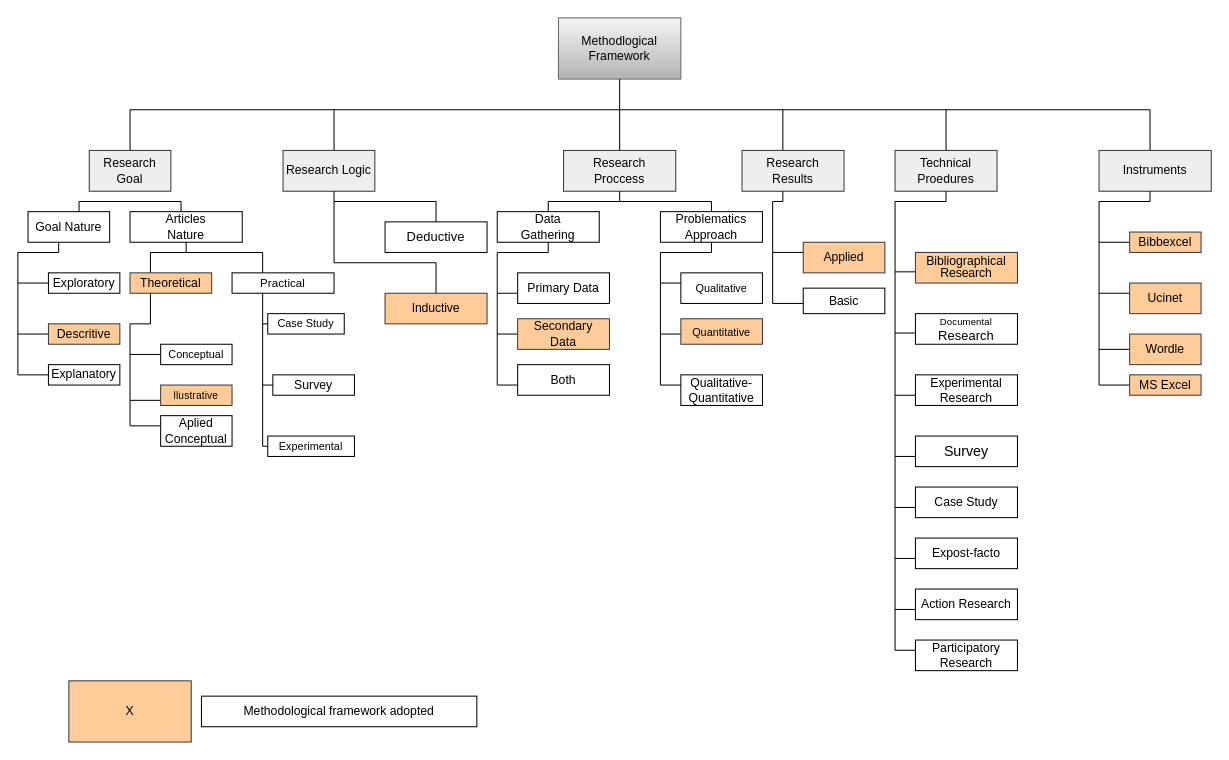
This is Ari.drawio from zhang144999/repository, a draw.io file, before an edit. Source tidied: cells renumbered, new cells numbered last; positions are measured from the earlier drawing's top-left corner, leaving out a move shared by most shapes. Both pictures are drawn from the tidied source at 102%, with x=0, y=0 at pixel (17, 17).
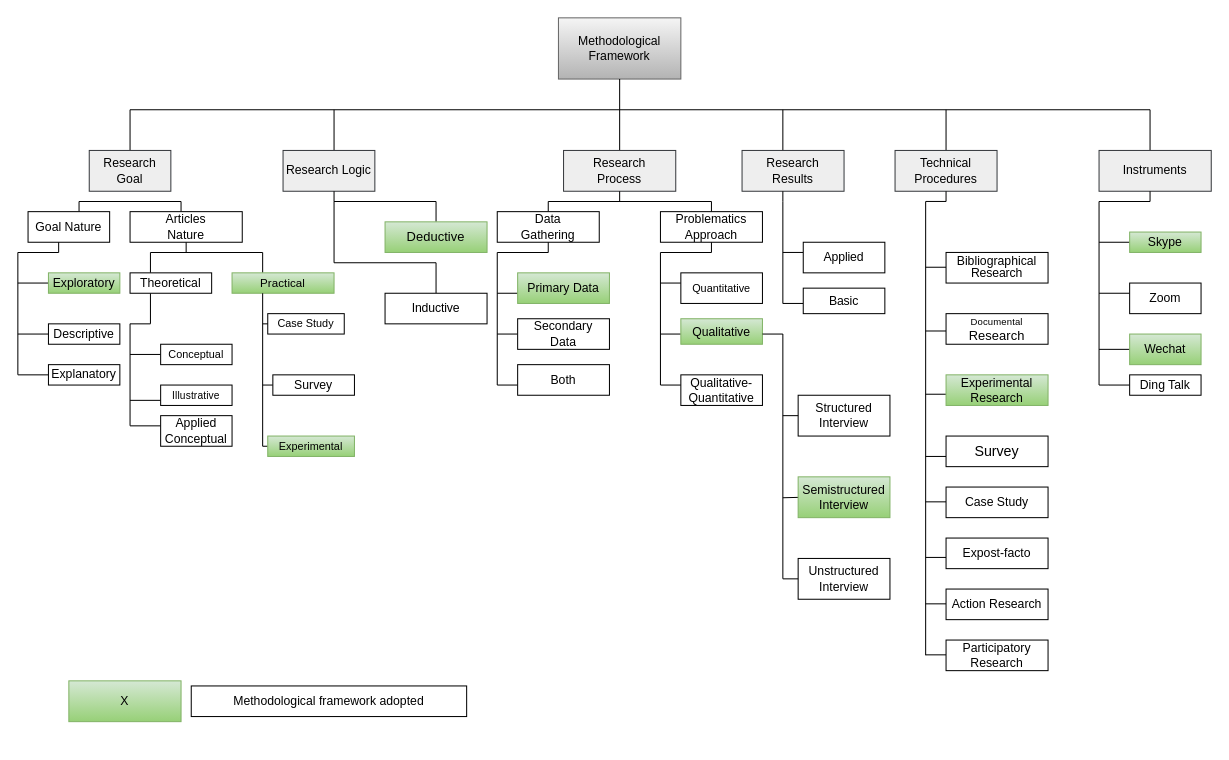
Above is the later version.

Diff of the diagram source:
```diff
@@
-    <mxCell id="2" value="Methodlogical&lt;br&gt;Framework" style="rounded=0;whiteSpace=wrap;html=1;fillColor=#f5f5f5;strokeColor=#666666;gradientColor=#b3b3b3;" parent="1" vertex="1">
+    <mxCell id="2" value="Methodological&lt;br&gt;Framework" style="rounded=0;whiteSpace=wrap;html=1;fillColor=#f5f5f5;strokeColor=#666666;gradientColor=#b3b3b3;" parent="1" vertex="1">
       <mxGeometry x="530" width="120" height="60" as="geometry" />
     </mxCell>
@@
-    <mxCell id="13" value="Research&lt;br&gt;Proccess" style="rounded=0;whiteSpace=wrap;html=1;fillColor=#eeeeee;strokeColor=#36393d;" parent="1" vertex="1">
+    <mxCell id="13" value="Research&lt;br&gt;Process" style="rounded=0;whiteSpace=wrap;html=1;fillColor=#eeeeee;strokeColor=#36393d;" parent="1" vertex="1">
       <mxGeometry x="535" y="130" width="110" height="40" as="geometry" />
     </mxCell>
@@
-    <mxCell id="15" value="Technical&lt;br&gt;Proedures" style="rounded=0;whiteSpace=wrap;html=1;fillColor=#eeeeee;strokeColor=#36393d;" parent="1" vertex="1">
+    <mxCell id="15" value="Technical&lt;br&gt;Procedures" style="rounded=0;whiteSpace=wrap;html=1;fillColor=#eeeeee;strokeColor=#36393d;" parent="1" vertex="1">
       <mxGeometry x="860" y="130" width="100" height="40" as="geometry" />
     </mxCell>
@@
-    <mxCell id="36" value="Exploratory" style="rounded=0;whiteSpace=wrap;html=1;" parent="1" vertex="1">
+    <mxCell id="36" value="Exploratory" style="rounded=0;whiteSpace=wrap;html=1;gradientColor=#97d077;fillColor=#d5e8d4;strokeColor=#82b366;" parent="1" vertex="1">
       <mxGeometry x="30" y="250" width="70" height="20" as="geometry" />
     </mxCell>
-    <mxCell id="37" value="Descritive" style="rounded=0;whiteSpace=wrap;html=1;fillColor=#ffcc99;strokeColor=#36393d;" parent="1" vertex="1">
+    <mxCell id="37" value="Descriptive" style="rounded=0;whiteSpace=wrap;html=1;" parent="1" vertex="1">
       <mxGeometry x="30" y="300" width="70" height="20" as="geometry" />
     </mxCell>
@@
-    <mxCell id="42" value="Theoretical" style="rounded=0;whiteSpace=wrap;html=1;fillColor=#ffcc99;strokeColor=#36393d;" parent="1" vertex="1">
+    <mxCell id="42" value="Theoretical" style="rounded=0;whiteSpace=wrap;html=1;" parent="1" vertex="1">
       <mxGeometry x="110" y="250" width="80" height="20" as="geometry" />
     </mxCell>
@@
-    <mxCell id="47" value="&lt;p class=&quot;MsoNormal&quot; style=&quot;margin-top: 0.0000pt ; margin-right: 0.0000pt ; margin-bottom: 0.0000pt ; margin-left: 0.0000pt ; text-indent: 0.0000pt ; text-align: left ; line-height: 7.7500pt&quot;&gt;&lt;span style=&quot;letter-spacing: 0.1pt ; font-size: 7.5pt&quot;&gt;llustrative&lt;/span&gt;&lt;span style=&quot;font-size: 7.5pt&quot;&gt;&lt;/span&gt;&lt;/p&gt;" style="rounded=0;whiteSpace=wrap;html=1;fillColor=#ffcc99;strokeColor=#36393d;" parent="1" vertex="1">
+    <mxCell id="47" value="&lt;p class=&quot;MsoNormal&quot; style=&quot;margin-top: 0.0000pt ; margin-right: 0.0000pt ; margin-bottom: 0.0000pt ; margin-left: 0.0000pt ; text-indent: 0.0000pt ; text-align: left ; line-height: 7.7500pt&quot;&gt;&lt;span style=&quot;letter-spacing: 0.1pt ; font-size: 7.5pt&quot;&gt;Illustrative&lt;/span&gt;&lt;span style=&quot;font-size: 7.5pt&quot;&gt;&lt;/span&gt;&lt;/p&gt;" style="rounded=0;whiteSpace=wrap;html=1;" parent="1" vertex="1">
       <mxGeometry x="140" y="360" width="70" height="20" as="geometry" />
     </mxCell>
@@
-    <mxCell id="49" value="Aplied&lt;br&gt;Conceptual" style="rounded=0;whiteSpace=wrap;html=1;" parent="1" vertex="1">
+    <mxCell id="49" value="Applied&lt;br&gt;Conceptual" style="rounded=0;whiteSpace=wrap;html=1;" parent="1" vertex="1">
       <mxGeometry x="140" y="390" width="70" height="30" as="geometry" />
     </mxCell>
-    <mxCell id="50" value="&lt;p class=&quot;MsoNormal&quot;&gt;&lt;span style=&quot;letter-spacing: 0.05pt ; font-size: 8.5pt&quot;&gt;Practical&lt;/span&gt;&lt;/p&gt;" style="rounded=0;whiteSpace=wrap;html=1;" parent="1" vertex="1">
+    <mxCell id="50" value="&lt;p class=&quot;MsoNormal&quot;&gt;&lt;span style=&quot;letter-spacing: 0.05pt ; font-size: 8.5pt&quot;&gt;Practical&lt;/span&gt;&lt;/p&gt;" style="rounded=0;whiteSpace=wrap;html=1;gradientColor=#97d077;fillColor=#d5e8d4;strokeColor=#82b366;" parent="1" vertex="1">
       <mxGeometry x="210" y="250" width="100" height="20" as="geometry" />
     </mxCell>
@@
-    <mxCell id="56" value="&lt;p class=&quot;MsoNormal&quot;&gt;&lt;span style=&quot;font-size: 8pt&quot;&gt;Experimental&lt;/span&gt;&lt;/p&gt;" style="rounded=0;whiteSpace=wrap;html=1;" parent="1" vertex="1">
+    <mxCell id="56" value="&lt;p class=&quot;MsoNormal&quot;&gt;&lt;span style=&quot;font-size: 8pt&quot;&gt;Experimental&lt;/span&gt;&lt;/p&gt;" style="rounded=0;whiteSpace=wrap;html=1;gradientColor=#97d077;fillColor=#d5e8d4;strokeColor=#82b366;" parent="1" vertex="1">
       <mxGeometry x="245" y="410" width="85" height="20" as="geometry" />
     </mxCell>
@@
-    <mxCell id="62" value="&lt;p class=&quot;MsoNormal&quot;&gt;&lt;span style=&quot;letter-spacing: 0.05pt ; font-size: 9.5pt&quot;&gt;Deductive&lt;/span&gt;&lt;/p&gt;" style="rounded=0;whiteSpace=wrap;html=1;" parent="1" vertex="1">
+    <mxCell id="62" value="&lt;p class=&quot;MsoNormal&quot;&gt;&lt;span style=&quot;letter-spacing: 0.05pt ; font-size: 9.5pt&quot;&gt;Deductive&lt;/span&gt;&lt;/p&gt;" style="rounded=0;whiteSpace=wrap;html=1;gradientColor=#97d077;fillColor=#d5e8d4;strokeColor=#82b366;" parent="1" vertex="1">
       <mxGeometry x="360" y="200" width="100" height="30" as="geometry" />
     </mxCell>
@@
-    <mxCell id="64" value="&lt;p class=&quot;MsoNormal&quot;&gt;&lt;span style=&quot;letter-spacing: -0.1pt ; font-size: 9pt&quot;&gt;Inductive&lt;/span&gt;&lt;/p&gt;" style="rounded=0;whiteSpace=wrap;html=1;fillColor=#ffcc99;strokeColor=#36393d;" parent="1" vertex="1">
+    <mxCell id="64" value="&lt;p class=&quot;MsoNormal&quot;&gt;&lt;span style=&quot;letter-spacing: -0.1pt ; font-size: 9pt&quot;&gt;Inductive&lt;/span&gt;&lt;/p&gt;" style="rounded=0;whiteSpace=wrap;html=1;" parent="1" vertex="1">
       <mxGeometry x="360" y="270" width="100" height="30" as="geometry" />
     </mxCell>
@@
-    <mxCell id="77" value="Secondary&lt;br&gt;Data" style="rounded=0;whiteSpace=wrap;html=1;fillColor=#ffcc99;strokeColor=#36393d;" parent="1" vertex="1">
+    <mxCell id="77" value="Secondary&lt;br&gt;Data" style="rounded=0;whiteSpace=wrap;html=1;" parent="1" vertex="1">
       <mxGeometry x="490" y="295" width="90" height="30" as="geometry" />
     </mxCell>
-    <mxCell id="78" value="Primary Data" style="rounded=0;whiteSpace=wrap;html=1;" parent="1" vertex="1">
+    <mxCell id="78" value="Primary Data" style="rounded=0;whiteSpace=wrap;html=1;gradientColor=#97d077;fillColor=#d5e8d4;strokeColor=#82b366;" parent="1" vertex="1">
       <mxGeometry x="490" y="250" width="90" height="30" as="geometry" />
     </mxCell>
@@
-    <mxCell id="85" value="&lt;p class=&quot;MsoNormal&quot;&gt;&lt;span style=&quot;font-size: 8pt&quot;&gt;Qualitative&lt;/span&gt;&lt;/p&gt;" style="rounded=0;whiteSpace=wrap;html=1;" parent="1" vertex="1">
+    <mxCell id="85" value="&lt;p class=&quot;MsoNormal&quot;&gt;&lt;span style=&quot;font-size: 10.6667px&quot;&gt;Quantitative&lt;/span&gt;&lt;br&gt;&lt;/p&gt;" style="rounded=0;whiteSpace=wrap;html=1;" parent="1" vertex="1">
       <mxGeometry x="650" y="250" width="80" height="30" as="geometry" />
     </mxCell>
@@
-    <mxCell id="87" value="&lt;p class=&quot;MsoNormal&quot;&gt;&lt;span style=&quot;font-size: 8pt&quot;&gt;Quantitative&lt;/span&gt;&lt;/p&gt;" style="rounded=0;whiteSpace=wrap;html=1;fillColor=#ffcc99;strokeColor=#36393d;" parent="1" vertex="1">
+    <mxCell id="87" value="&lt;p class=&quot;MsoNormal&quot;&gt;Qualitative&lt;/p&gt;" style="rounded=0;whiteSpace=wrap;html=1;gradientColor=#97d077;fillColor=#d5e8d4;strokeColor=#82b366;" parent="1" vertex="1">
       <mxGeometry x="650" y="295" width="80" height="25" as="geometry" />
     </mxCell>
     <mxCell id="88" style="endArrow=none;html=1;" parent="1" edge="1">
       <mxGeometry relative="1" as="geometry">
-        <mxPoint x="740" y="280" as="sourcePoint" />
-        <mxPoint x="740" y="180" as="targetPoint" />
+        <mxPoint x="750" y="280" as="sourcePoint" />
+        <mxPoint x="750" y="180" as="targetPoint" />
       </mxGeometry>
     </mxCell>
-    <mxCell id="89" style="endArrow=none;html=1;" parent="1" edge="1">
-      <mxGeometry relative="1" as="geometry">
-        <mxPoint x="740" y="180" as="sourcePoint" />
-        <mxPoint x="750" y="180" as="targetPoint" />
-      </mxGeometry>
-    </mxCell>
     <mxCell id="90" style="endArrow=none;html=1;" parent="1" edge="1">
       <mxGeometry relative="1" as="geometry">
-        <mxPoint x="740" y="280" as="sourcePoint" />
+        <mxPoint x="750" y="280" as="sourcePoint" />
         <mxPoint x="770" y="280" as="targetPoint" />
       </mxGeometry>
     </mxCell>
     <mxCell id="91" style="endArrow=none;html=1;" parent="1" edge="1">
       <mxGeometry relative="1" as="geometry">
-        <mxPoint x="740" y="230" as="sourcePoint" />
+        <mxPoint x="750" y="230" as="sourcePoint" />
         <mxPoint x="770" y="230" as="targetPoint" />
       </mxGeometry>
     </mxCell>
@@
-    <mxCell id="93" value="&lt;p class=&quot;MsoNormal&quot;&gt;&lt;span style=&quot;letter-spacing: -0.1pt ; font-size: 9pt&quot;&gt;Applied&lt;/span&gt;&lt;/p&gt;" style="rounded=0;whiteSpace=wrap;html=1;fillColor=#ffcc99;strokeColor=#36393d;" parent="1" vertex="1">
+    <mxCell id="93" value="&lt;p class=&quot;MsoNormal&quot;&gt;&lt;span style=&quot;letter-spacing: -0.1pt ; font-size: 9pt&quot;&gt;Applied&lt;/span&gt;&lt;/p&gt;" style="rounded=0;whiteSpace=wrap;html=1;" parent="1" vertex="1">
       <mxGeometry x="770" y="220" width="80" height="30" as="geometry" />
     </mxCell>
     <mxCell id="94" style="endArrow=none;html=1;" parent="1" edge="1">
       <mxGeometry relative="1" as="geometry">
-        <mxPoint x="860" y="180" as="sourcePoint" />
+        <mxPoint x="890" y="180" as="sourcePoint" />
         <mxPoint x="910" y="180" as="targetPoint" />
       </mxGeometry>
     </mxCell>
     <mxCell id="95" style="endArrow=none;html=1;" parent="1" edge="1">
       <mxGeometry relative="1" as="geometry">
-        <mxPoint x="860" y="620" as="sourcePoint" />
-        <mxPoint x="860" y="180" as="targetPoint" />
+        <mxPoint x="890" y="625" as="sourcePoint" />
+        <mxPoint x="890" y="180" as="targetPoint" />
       </mxGeometry>
     </mxCell>
     <mxCell id="96" style="endArrow=none;html=1;" parent="1" edge="1">
       <mxGeometry relative="1" as="geometry">
-        <mxPoint x="860" y="370" as="sourcePoint" />
-        <mxPoint x="880" y="370" as="targetPoint" />
+        <mxPoint x="890" y="369" as="sourcePoint" />
+        <mxPoint x="910" y="369" as="targetPoint" />
       </mxGeometry>
     </mxCell>
     <mxCell id="97" style="endArrow=none;html=1;" parent="1" edge="1">
       <mxGeometry relative="1" as="geometry">
-        <mxPoint x="860" y="309" as="sourcePoint" />
-        <mxPoint x="880" y="309" as="targetPoint" />
+        <mxPoint x="890" y="307" as="sourcePoint" />
+        <mxPoint x="910" y="307" as="targetPoint" />
       </mxGeometry>
     </mxCell>
     <mxCell id="98" style="endArrow=none;html=1;" parent="1" edge="1">
       <mxGeometry relative="1" as="geometry">
-        <mxPoint x="860" y="249" as="sourcePoint" />
-        <mxPoint x="880" y="249" as="targetPoint" />
+        <mxPoint x="890" y="244.5" as="sourcePoint" />
+        <mxPoint x="910" y="244.5" as="targetPoint" />
       </mxGeometry>
     </mxCell>
     <mxCell id="99" style="endArrow=none;html=1;" parent="1" edge="1">
       <mxGeometry relative="1" as="geometry">
-        <mxPoint x="860" y="580" as="sourcePoint" />
-        <mxPoint x="880" y="580" as="targetPoint" />
+        <mxPoint x="890" y="574.5" as="sourcePoint" />
+        <mxPoint x="910" y="574.5" as="targetPoint" />
       </mxGeometry>
     </mxCell>
     <mxCell id="100" style="endArrow=none;html=1;" parent="1" edge="1">
       <mxGeometry relative="1" as="geometry">
-        <mxPoint x="860" y="620" as="sourcePoint" />
-        <mxPoint x="880" y="620" as="targetPoint" />
+        <mxPoint x="890" y="624.5" as="sourcePoint" />
+        <mxPoint x="910" y="624.5" as="targetPoint" />
       </mxGeometry>
     </mxCell>
     <mxCell id="101" style="endArrow=none;html=1;" parent="1" edge="1">
       <mxGeometry relative="1" as="geometry">
-        <mxPoint x="860" y="530" as="sourcePoint" />
-        <mxPoint x="880" y="530" as="targetPoint" />
+        <mxPoint x="890" y="529" as="sourcePoint" />
+        <mxPoint x="910" y="529" as="targetPoint" />
       </mxGeometry>
     </mxCell>
     <mxCell id="102" style="endArrow=none;html=1;" parent="1" edge="1">
       <mxGeometry relative="1" as="geometry">
-        <mxPoint x="860" y="480" as="sourcePoint" />
-        <mxPoint x="880" y="480" as="targetPoint" />
+        <mxPoint x="890" y="474.5" as="sourcePoint" />
+        <mxPoint x="910" y="474.5" as="targetPoint" />
       </mxGeometry>
     </mxCell>
     <mxCell id="103" style="endArrow=none;html=1;" parent="1" edge="1">
       <mxGeometry relative="1" as="geometry">
-        <mxPoint x="860" y="430" as="sourcePoint" />
-        <mxPoint x="880" y="430" as="targetPoint" />
+        <mxPoint x="890" y="430" as="sourcePoint" />
+        <mxPoint x="910" y="430" as="targetPoint" />
       </mxGeometry>
     </mxCell>
     <mxCell id="104" value="Participatory&lt;br&gt;Research" style="rounded=0;whiteSpace=wrap;html=1;" parent="1" vertex="1">
-      <mxGeometry x="880" y="610" width="100" height="30" as="geometry" />
+      <mxGeometry x="910" y="610" width="100" height="30" as="geometry" />
     </mxCell>
     <mxCell id="105" value="Action Research" style="rounded=0;whiteSpace=wrap;html=1;" parent="1" vertex="1">
-      <mxGeometry x="880" y="560" width="100" height="30" as="geometry" />
+      <mxGeometry x="910" y="560" width="100" height="30" as="geometry" />
     </mxCell>
     <mxCell id="106" value="Expost-facto" style="rounded=0;whiteSpace=wrap;html=1;" parent="1" vertex="1">
-      <mxGeometry x="880" y="510" width="100" height="30" as="geometry" />
+      <mxGeometry x="910" y="510" width="100" height="30" as="geometry" />
     </mxCell>
     <mxCell id="107" value="Case Study" style="rounded=0;whiteSpace=wrap;html=1;" parent="1" vertex="1">
-      <mxGeometry x="880" y="460" width="100" height="30" as="geometry" />
+      <mxGeometry x="910" y="460" width="100" height="30" as="geometry" />
     </mxCell>
     <mxCell id="108" value="&lt;p class=&quot;MsoNormal&quot;&gt;&lt;span style=&quot;letter-spacing: -0.05pt ; font-size: 10.5pt&quot;&gt;Survey&lt;/span&gt;&lt;/p&gt;" style="rounded=0;whiteSpace=wrap;html=1;" parent="1" vertex="1">
-      <mxGeometry x="880" y="410" width="100" height="30" as="geometry" />
+      <mxGeometry x="910" y="410" width="100" height="30" as="geometry" />
     </mxCell>
     <mxCell id="109" value="&lt;p class=&quot;MsoNormal&quot; style=&quot;margin: 0pt; text-indent: 0pt; line-height: 9.6pt;&quot;&gt;&lt;span style=&quot;letter-spacing: 0.1pt ; font-size: 7pt&quot;&gt;Documental&lt;/span&gt;&lt;/p&gt;&lt;p class=&quot;MsoNormal&quot; style=&quot;margin: 0pt; text-indent: 0pt; line-height: 9.6pt;&quot;&gt;&lt;span style=&quot;letter-spacing: 0.05pt ; font-size: 9.5pt&quot;&gt;Research&lt;/span&gt;&lt;span style=&quot;font-size: 9.5pt&quot;&gt;&lt;/span&gt;&lt;/p&gt;" style="rounded=0;whiteSpace=wrap;html=1;align=center;" parent="1" vertex="1">
-      <mxGeometry x="880" y="290" width="100" height="30" as="geometry" />
+      <mxGeometry x="910" y="290" width="100" height="30" as="geometry" />
     </mxCell>
-    <mxCell id="110" value="&lt;p class=&quot;MsoNormal&quot; style=&quot;margin: 0pt; text-indent: 0pt; line-height: 8.95pt;&quot;&gt;&lt;span style=&quot;font-size: 9pt&quot;&gt;Bibliographical&lt;/span&gt;&lt;/p&gt;&lt;p class=&quot;MsoNormal&quot; style=&quot;margin: 0pt; text-indent: 0pt; line-height: 8.95pt;&quot;&gt;&lt;span style=&quot;letter-spacing: -0.1pt ; font-size: 9pt&quot;&gt;Research&lt;/span&gt;&lt;span style=&quot;font-size: 9pt&quot;&gt;&lt;/span&gt;&lt;/p&gt;" style="rounded=0;whiteSpace=wrap;html=1;align=center;fillColor=#ffcc99;strokeColor=#36393d;" parent="1" vertex="1">
-      <mxGeometry x="880" y="230" width="100" height="30" as="geometry" />
+    <mxCell id="110" value="&lt;p class=&quot;MsoNormal&quot; style=&quot;margin: 0pt; text-indent: 0pt; line-height: 8.95pt;&quot;&gt;&lt;span style=&quot;font-size: 9pt&quot;&gt;Bibliographical&lt;/span&gt;&lt;/p&gt;&lt;p class=&quot;MsoNormal&quot; style=&quot;margin: 0pt; text-indent: 0pt; line-height: 8.95pt;&quot;&gt;&lt;span style=&quot;letter-spacing: -0.1pt ; font-size: 9pt&quot;&gt;Research&lt;/span&gt;&lt;span style=&quot;font-size: 9pt&quot;&gt;&lt;/span&gt;&lt;/p&gt;" style="rounded=0;whiteSpace=wrap;html=1;align=center;" parent="1" vertex="1">
+      <mxGeometry x="910" y="230" width="100" height="30" as="geometry" />
     </mxCell>
-    <mxCell id="111" value="Experimental&lt;br&gt;Research" style="rounded=0;whiteSpace=wrap;html=1;align=center;" parent="1" vertex="1">
-      <mxGeometry x="880" y="350" width="100" height="30" as="geometry" />
+    <mxCell id="111" value="Experimental&lt;br&gt;Research" style="rounded=0;whiteSpace=wrap;html=1;align=center;gradientColor=#97d077;fillColor=#d5e8d4;strokeColor=#82b366;" parent="1" vertex="1">
+      <mxGeometry x="910" y="350" width="100" height="30" as="geometry" />
     </mxCell>
@@
-    <mxCell id="118" value="MS Excel" style="rounded=0;whiteSpace=wrap;html=1;fillColor=#ffcc99;strokeColor=#36393d;" parent="1" vertex="1">
+    <mxCell id="118" value="Ding Talk" style="rounded=0;whiteSpace=wrap;html=1;" parent="1" vertex="1">
       <mxGeometry x="1090" y="350" width="70" height="20" as="geometry" />
     </mxCell>
-    <mxCell id="119" value="Bibbexcel" style="rounded=0;whiteSpace=wrap;html=1;align=center;fillColor=#ffcc99;strokeColor=#36393d;" parent="1" vertex="1">
+    <mxCell id="119" value="Skype" style="rounded=0;whiteSpace=wrap;html=1;align=center;gradientColor=#97d077;fillColor=#d5e8d4;strokeColor=#82b366;" parent="1" vertex="1">
       <mxGeometry x="1090" y="210" width="70" height="20" as="geometry" />
     </mxCell>
-    <mxCell id="120" value="Ucinet" style="rounded=0;whiteSpace=wrap;html=1;align=center;fillColor=#ffcc99;strokeColor=#36393d;" parent="1" vertex="1">
+    <mxCell id="120" value="Zoom" style="rounded=0;whiteSpace=wrap;html=1;align=center;" parent="1" vertex="1">
       <mxGeometry x="1090" y="260" width="70" height="30" as="geometry" />
     </mxCell>
-    <mxCell id="121" value="Wordle" style="rounded=0;whiteSpace=wrap;html=1;align=center;fillColor=#ffcc99;strokeColor=#36393d;" parent="1" vertex="1">
+    <mxCell id="121" value="Wechat" style="rounded=0;whiteSpace=wrap;html=1;align=center;gradientColor=#97d077;fillColor=#d5e8d4;strokeColor=#82b366;" parent="1" vertex="1">
       <mxGeometry x="1090" y="310" width="70" height="30" as="geometry" />
     </mxCell>
-    <mxCell id="122" value="X" style="rounded=0;whiteSpace=wrap;html=1;align=center;fillColor=#ffcc99;strokeColor=#36393d;" parent="1" vertex="1">
-      <mxGeometry x="50" y="650" width="120" height="60" as="geometry" />
+    <mxCell id="122" value="X" style="rounded=0;whiteSpace=wrap;html=1;align=center;fillColor=#d5e8d4;strokeColor=#82b366;gradientColor=#97d077;" parent="1" vertex="1">
+      <mxGeometry x="50" y="650" width="110" height="40" as="geometry" />
     </mxCell>
     <mxCell id="123" value="Methodological framework adopted" style="rounded=0;whiteSpace=wrap;html=1;align=center;" parent="1" vertex="1">
-      <mxGeometry x="180" y="665" width="270" height="30" as="geometry" />
+      <mxGeometry x="170" y="655" width="270" height="30" as="geometry" />
     </mxCell>
+    <mxCell id="124" style="endArrow=none;html=1;" parent="1" edge="1">
+      <mxGeometry relative="1" as="geometry">
+        <mxPoint x="750" y="310" as="sourcePoint" />
+        <mxPoint x="730" y="310" as="targetPoint" />
+      </mxGeometry>
+    </mxCell>
+    <mxCell id="125" style="endArrow=none;html=1;" parent="1" edge="1">
+      <mxGeometry relative="1" as="geometry">
+        <mxPoint x="750" y="550" as="sourcePoint" />
+        <mxPoint x="750" y="310" as="targetPoint" />
+      </mxGeometry>
+    </mxCell>
+    <mxCell id="126" style="endArrow=none;html=1;" parent="1" edge="1">
+      <mxGeometry relative="1" as="geometry">
+        <mxPoint x="750" y="470.5" as="sourcePoint" />
+        <mxPoint x="770" y="470" as="targetPoint" />
+      </mxGeometry>
+    </mxCell>
+    <mxCell id="127" style="endArrow=none;html=1;" parent="1" edge="1">
+      <mxGeometry relative="1" as="geometry">
+        <mxPoint x="750" y="550" as="sourcePoint" />
+        <mxPoint x="770" y="550" as="targetPoint" />
+      </mxGeometry>
+    </mxCell>
+    <mxCell id="128" style="endArrow=none;html=1;" parent="1" edge="1">
+      <mxGeometry relative="1" as="geometry">
+        <mxPoint x="750" y="390" as="sourcePoint" />
+        <mxPoint x="770" y="390" as="targetPoint" />
+      </mxGeometry>
+    </mxCell>
+    <mxCell id="129" value="Structured Interview" style="rounded=0;whiteSpace=wrap;html=1;align=center;" parent="1" vertex="1">
+      <mxGeometry x="765" y="370" width="90" height="40" as="geometry" />
+    </mxCell>
+    <mxCell id="130" value="Semistructured Interview" style="rounded=0;whiteSpace=wrap;html=1;align=center;gradientColor=#97d077;fillColor=#d5e8d4;strokeColor=#82b366;" parent="1" vertex="1">
+      <mxGeometry x="765" y="450" width="90" height="40" as="geometry" />
+    </mxCell>
+    <mxCell id="131" value="Unstructured Interview" style="rounded=0;whiteSpace=wrap;html=1;align=center;" parent="1" vertex="1">
+      <mxGeometry x="765" y="530" width="90" height="40" as="geometry" />
+    </mxCell>
```
